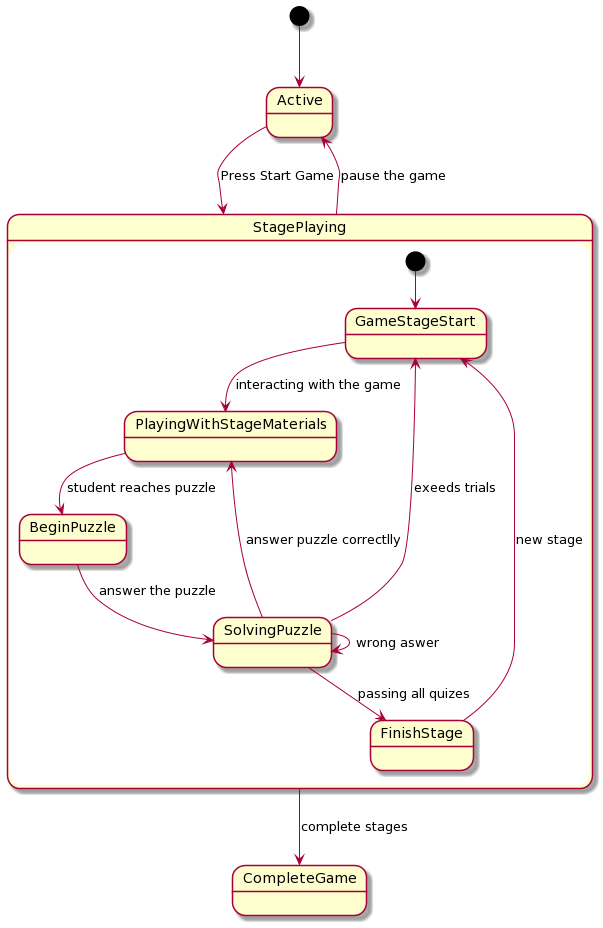
Earlier version of the PlantUML export Assignment_2/state_diagram/state_diagram_game.png (Abdullahaml1/cse608-assignments).
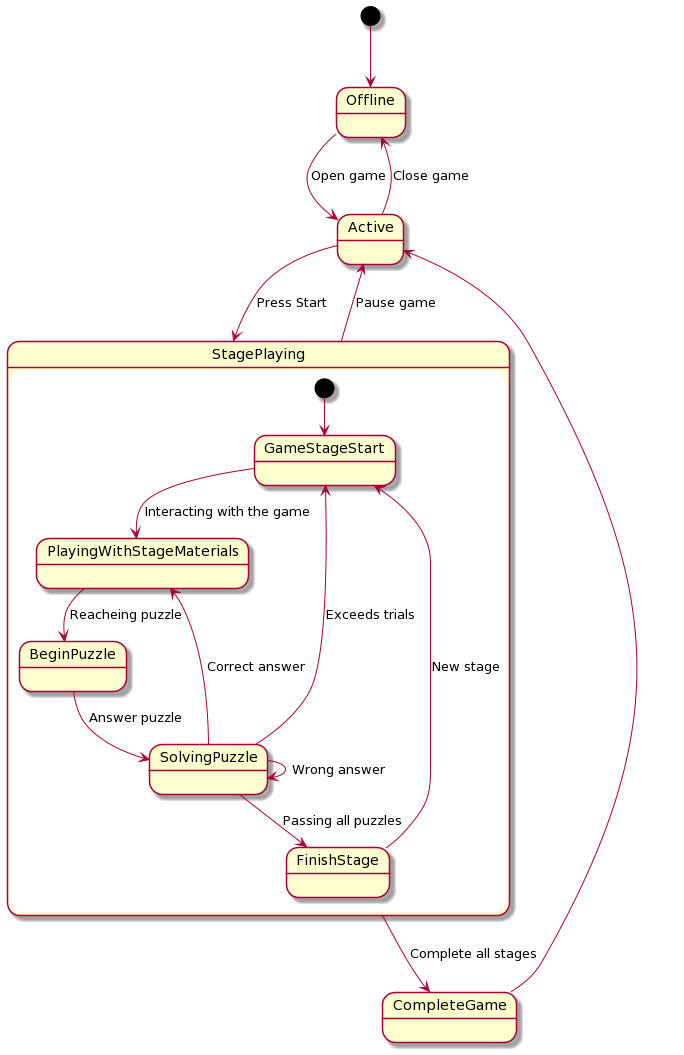
The same file after the commit.

Commit message:
editing sate diagram

The edit, as a diff of the source:
```diff
@@ -1,25 +1,31 @@
 @startuml
-[*] --> Active
+[*] --> Offline
 
-Active --> StagePlaying: Press Start Game
+Offline --> Active: Open game
+
+Active --> Offline: Close game
+
+Active --> StagePlaying: Press Start
 
 
 
 state StagePlaying {
 
 [*] --> GameStageStart
-GameStageStart --> PlayingWithStageMaterials: interacting with the game
+GameStageStart --> PlayingWithStageMaterials: Interacting with the game
 
-PlayingWithStageMaterials --> BeginPuzzle: student reaches puzzle
+PlayingWithStageMaterials --> BeginPuzzle: Reacheing puzzle
 
-BeginPuzzle --> SolvingPuzzle: answer the puzzle
-SolvingPuzzle --> SolvingPuzzle: wrong aswer
-SolvingPuzzle --> PlayingWithStageMaterials: answer puzzle correctlly
-SolvingPuzzle --> GameStageStart: exeeds trials
-SolvingPuzzle --> FinishStage: passing all quizes
-FinishStage -->GameStageStart: new stage
+BeginPuzzle --> SolvingPuzzle: Answer puzzle
+SolvingPuzzle --> SolvingPuzzle: Wrong answer
+SolvingPuzzle --> PlayingWithStageMaterials: Correct answer
+SolvingPuzzle --> GameStageStart: Exceeds trials
+SolvingPuzzle --> FinishStage: Passing all puzzles
+FinishStage -->GameStageStart: New stage
 }
-StagePlaying --> Active: pause the game
+StagePlaying --> Active: Pause game
 
-StagePlaying --> CompleteGame: complete stages
+StagePlaying --> CompleteGame: Complete all stages
+
+CompleteGame --> Active
 @enduml
```
